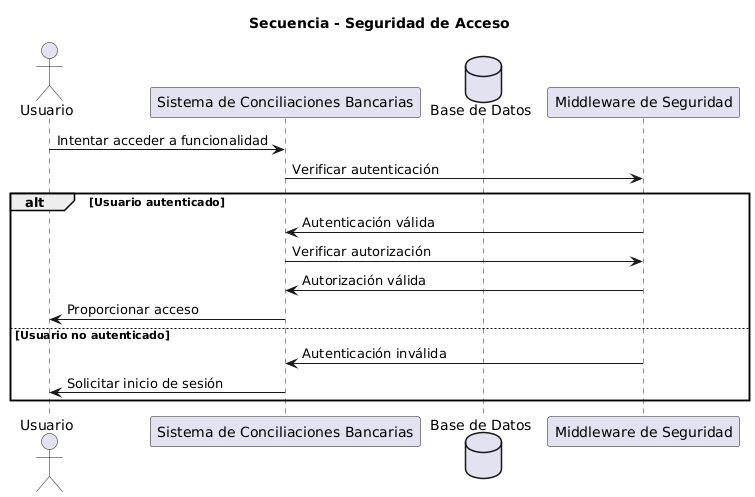
The PlantUML diagram document/secuencia/SeguridadAcceso.png in ricardouriegas/sistema-de-consilaciones-bancarias, before a commit. Its source is kept beside it as secuencias/SeguridadAcceso.puml. Source of this version:
```plantuml
@startuml
title Secuencia - Seguridad de Acceso

actor Usuario as User
participant "Sistema de Conciliaciones Bancarias" as Sistema
database "Base de Datos" as BD
participant "Middleware de Seguridad" as Middleware

User -> Sistema: Intentar acceder a funcionalidad
Sistema -> Middleware: Verificar autenticación
alt Usuario autenticado
    Middleware -> Sistema: Autenticación válida
    Sistema -> Middleware: Verificar autorización
    Middleware -> Sistema: Autorización válida
    Sistema -> User: Proporcionar acceso
else Usuario no autenticado
    Middleware -> Sistema: Autenticación inválida
    Sistema -> User: Solicitar inicio de sesión
end

@enduml
```
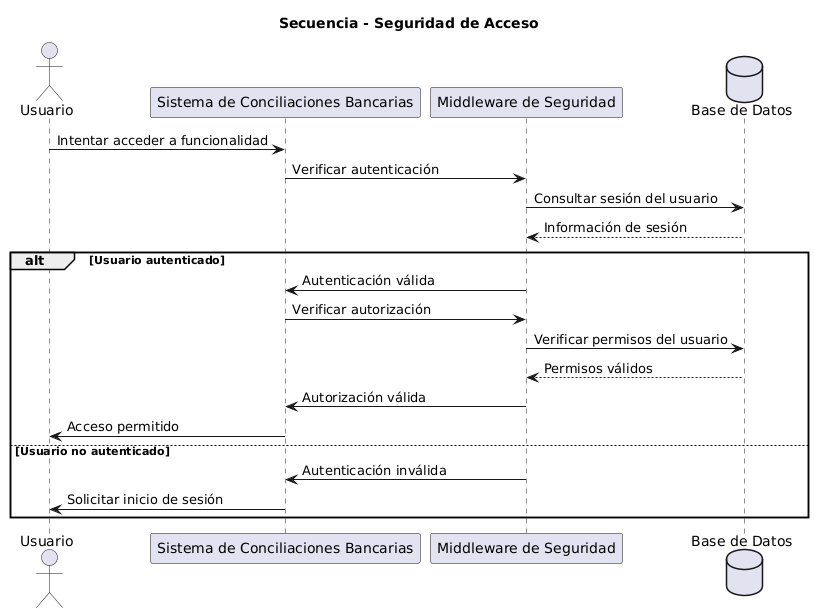
The same diagram one commit later.

Diff of the diagram source:
```diff
@@ -1,18 +1,23 @@
-@startuml
+@startuml SeguridadAcceso
 title Secuencia - Seguridad de Acceso
 
 actor Usuario as User
 participant "Sistema de Conciliaciones Bancarias" as Sistema
+participant "Middleware de Seguridad" as Middleware
 database "Base de Datos" as BD
-participant "Middleware de Seguridad" as Middleware
 
 User -> Sistema: Intentar acceder a funcionalidad
 Sistema -> Middleware: Verificar autenticación
+Middleware -> BD: Consultar sesión del usuario
+BD --> Middleware: Información de sesión
+
 alt Usuario autenticado
     Middleware -> Sistema: Autenticación válida
     Sistema -> Middleware: Verificar autorización
+    Middleware -> BD: Verificar permisos del usuario
+    BD --> Middleware: Permisos válidos
     Middleware -> Sistema: Autorización válida
-    Sistema -> User: Proporcionar acceso
+    Sistema -> User: Acceso permitido
 else Usuario no autenticado
     Middleware -> Sistema: Autenticación inválida
     Sistema -> User: Solicitar inicio de sesión
```
